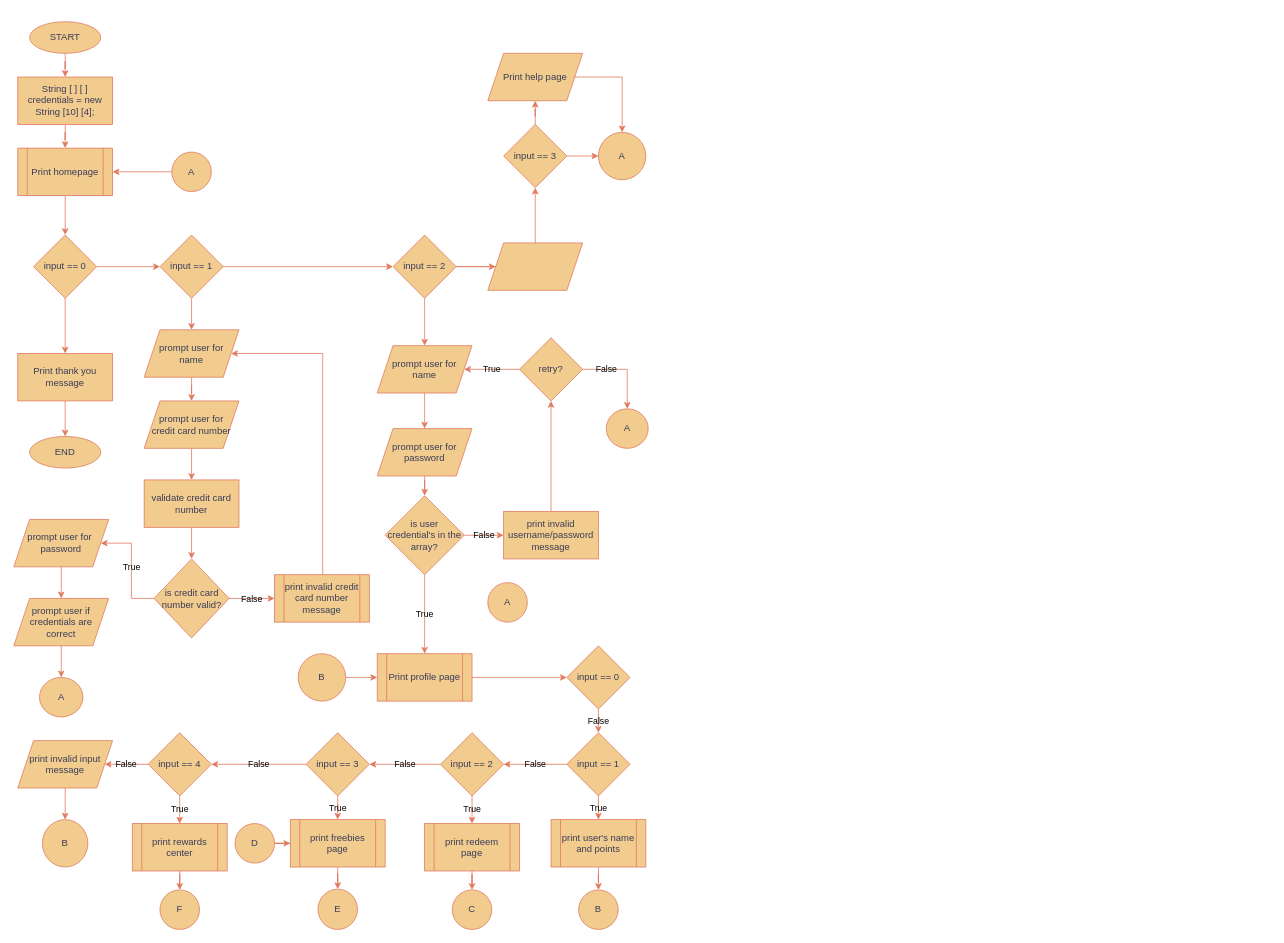
Gooseytwoshoes/Creditcard-Database keeps this draw.io diagram as CreditWise.drawio. Above is the earlier version. Source tidied: cells renumbered, new cells numbered last; positions are measured from the earlier drawing's top-left corner, leaving out a move shared by most shapes. Both pictures are drawn from the tidied source at 79%, with x=0, y=0 at pixel (13, 21).
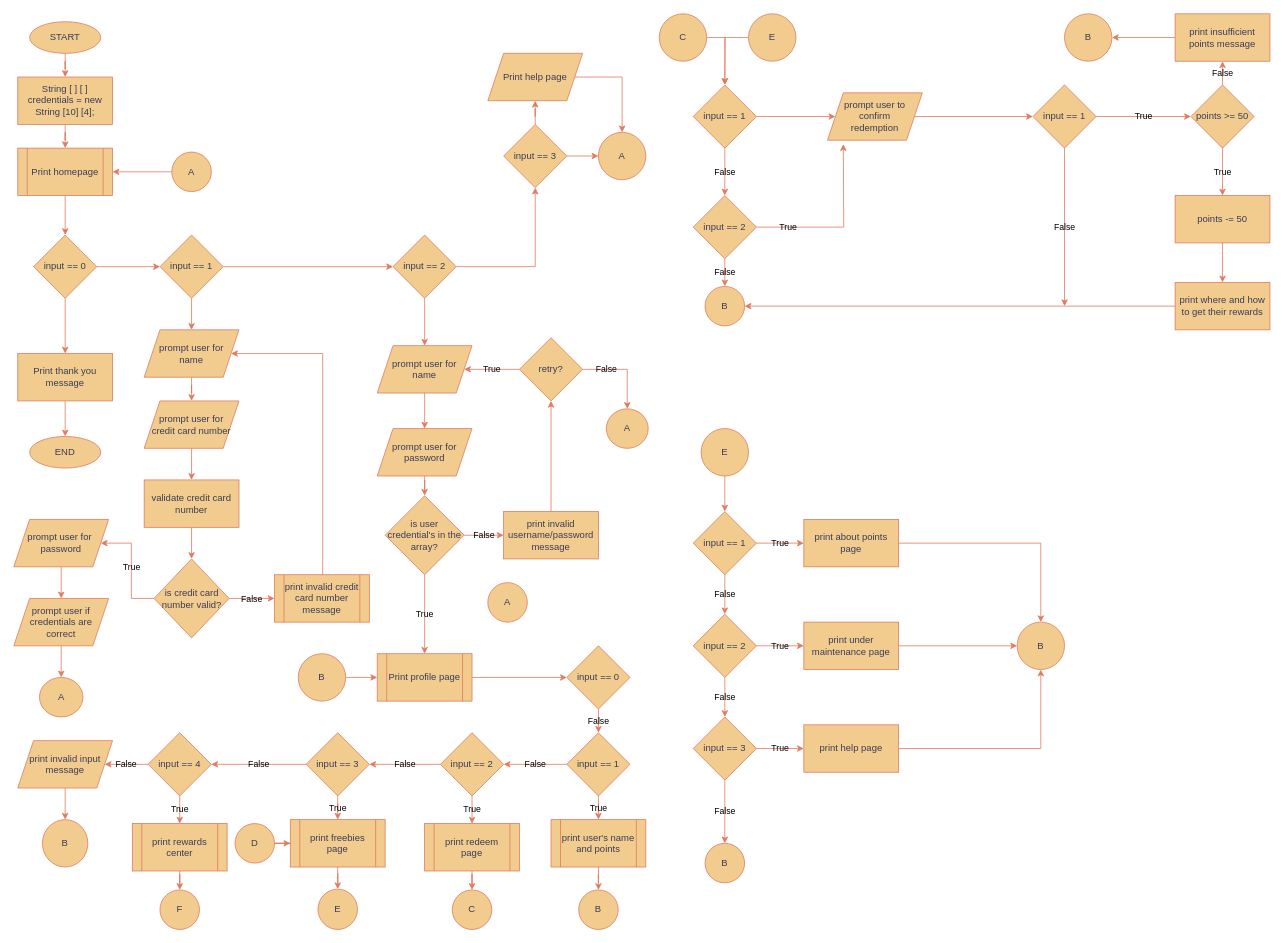
The same diagram, later.

The change refers to these unchanged cells:
```xml
<mxCell id="18" value="input == 2" style="rhombus;whiteSpace=wrap;html=1;rounded=0;labelBackgroundColor=none;fillColor=#F2CC8F;strokeColor=#E07A5F;fontColor=#393C56;" parent="1" vertex="1">
  <mxGeometry x="480" y="270" width="80" height="80" as="geometry" />
</mxCell>
<mxCell id="76" value="print user's name and points" style="shape=process;whiteSpace=wrap;html=1;backgroundOutline=1;rounded=0;labelBackgroundColor=none;fillColor=#F2CC8F;strokeColor=#E07A5F;fontColor=#393C56;" parent="1" vertex="1">
  <mxGeometry x="680" y="1010" width="120" height="60" as="geometry" />
</mxCell>
<mxCell id="78" value="print redeem page" style="shape=process;whiteSpace=wrap;html=1;backgroundOutline=1;rounded=0;labelBackgroundColor=none;fillColor=#F2CC8F;strokeColor=#E07A5F;fontColor=#393C56;" parent="1" vertex="1">
  <mxGeometry x="520" y="1015" width="120" height="60" as="geometry" />
</mxCell>
<mxCell id="80" value="print freebies page" style="shape=process;whiteSpace=wrap;html=1;backgroundOutline=1;rounded=0;labelBackgroundColor=none;fillColor=#F2CC8F;strokeColor=#E07A5F;fontColor=#393C56;" parent="1" vertex="1">
  <mxGeometry x="350" y="1010" width="120" height="60" as="geometry" />
</mxCell>
<mxCell id="85" value="print rewards center" style="shape=process;whiteSpace=wrap;html=1;backgroundOutline=1;rounded=0;labelBackgroundColor=none;fillColor=#F2CC8F;strokeColor=#E07A5F;fontColor=#393C56;" parent="1" vertex="1">
  <mxGeometry x="150" y="1015" width="120" height="60" as="geometry" />
</mxCell>
<mxCell id="91" value="B" style="ellipse;whiteSpace=wrap;html=1;fillColor=#F2CC8F;strokeColor=#E07A5F;fontColor=#393C56;labelBackgroundColor=none;" parent="1" vertex="1">
  <mxGeometry x="715" y="1099" width="50" height="50" as="geometry" />
</mxCell>
<mxCell id="92" value="C" style="ellipse;whiteSpace=wrap;html=1;strokeColor=#E07A5F;fontColor=#393C56;fillColor=#F2CC8F;labelBackgroundColor=none;" parent="1" vertex="1">
  <mxGeometry x="555" y="1099" width="50" height="50" as="geometry" />
</mxCell>
<mxCell id="93" value="E" style="ellipse;whiteSpace=wrap;html=1;fillColor=#F2CC8F;strokeColor=#E07A5F;fontColor=#393C56;rounded=0;labelBackgroundColor=none;" parent="1" vertex="1">
  <mxGeometry x="385" y="1098" width="50" height="51" as="geometry" />
</mxCell>
<mxCell id="94" value="F" style="ellipse;whiteSpace=wrap;html=1;strokeColor=#E07A5F;fontColor=#393C56;fillColor=#F2CC8F;labelBackgroundColor=none;" parent="1" vertex="1">
  <mxGeometry x="185" y="1099" width="50" height="50" as="geometry" />
</mxCell>
```

Change to the diagram source:
```diff
@@
-    <mxCell id="16" style="edgeStyle=orthogonalEdgeStyle;rounded=0;jettySize=auto;html=1;labelBackgroundColor=none;strokeColor=#E07A5F;fontColor=default;" parent="1" edge="1" source="18" target="26">
-      <mxGeometry relative="1" as="geometry" />
-    </mxCell>
@@
-    <mxCell id="26" style="shape=parallelogram;perimeter=parallelogramPerimeter;whiteSpace=wrap;html=1;fixedSize=1;rounded=0;labelBackgroundColor=none;fillColor=#F2CC8F;strokeColor=#E07A5F;fontColor=#393C56;" parent="1" vertex="1">
-      <mxGeometry x="600" y="280" width="120" height="60" as="geometry" />
-    </mxCell>
@@
-    <mxCell id="75" style="edgeStyle=orthogonalEdgeStyle;rounded=0;jettySize=auto;html=1;strokeColor=#E07A5F;fontColor=#393C56;fillColor=#F2CC8F;" parent="1" edge="1" source="76" target="91">
+    <mxCell id="75" style="edgeStyle=orthogonalEdgeStyle;rounded=0;jettySize=auto;html=1;strokeColor=#E07A5F;fontColor=default;fillColor=#F2CC8F;labelBackgroundColor=none;" parent="1" edge="1" source="76" target="91">
       <mxGeometry relative="1" as="geometry" />
     </mxCell>
@@
-    <mxCell id="77" style="edgeStyle=orthogonalEdgeStyle;rounded=0;jettySize=auto;html=1;strokeColor=#E07A5F;fontColor=#393C56;fillColor=#F2CC8F;" parent="1" edge="1" source="78" target="92">
+    <mxCell id="77" style="edgeStyle=orthogonalEdgeStyle;rounded=0;jettySize=auto;html=1;strokeColor=#E07A5F;fontColor=default;fillColor=#F2CC8F;labelBackgroundColor=none;" parent="1" edge="1" source="78" target="92">
       <mxGeometry relative="1" as="geometry" />
     </mxCell>
@@
-    <mxCell id="79" style="edgeStyle=orthogonalEdgeStyle;rounded=0;jettySize=auto;html=1;strokeColor=#E07A5F;fontColor=#393C56;fillColor=#F2CC8F;" parent="1" edge="1" source="80" target="93">
+    <mxCell id="79" style="edgeStyle=orthogonalEdgeStyle;rounded=0;jettySize=auto;html=1;strokeColor=#E07A5F;fontColor=default;fillColor=#F2CC8F;labelBackgroundColor=none;" parent="1" edge="1" source="80" target="93">
       <mxGeometry relative="1" as="geometry" />
     </mxCell>
@@
-    <mxCell id="84" style="edgeStyle=orthogonalEdgeStyle;rounded=0;jettySize=auto;html=1;strokeColor=#E07A5F;fontColor=#393C56;fillColor=#F2CC8F;" parent="1" edge="1" source="85" target="94">
+    <mxCell id="84" style="edgeStyle=orthogonalEdgeStyle;rounded=0;jettySize=auto;html=1;strokeColor=#E07A5F;fontColor=default;fillColor=#F2CC8F;labelBackgroundColor=none;" parent="1" edge="1" source="85" target="94">
       <mxGeometry relative="1" as="geometry" />
     </mxCell>
@@
+    <mxCell id="95" style="edgeStyle=orthogonalEdgeStyle;rounded=0;jettySize=auto;html=1;strokeColor=#E07A5F;fontColor=default;fillColor=#F2CC8F;labelBackgroundColor=none;" parent="1" edge="1" source="96">
+      <mxGeometry relative="1" as="geometry">
+        <mxPoint x="900" y="80" as="targetPoint" />
+      </mxGeometry>
+    </mxCell>
+    <mxCell id="96" value="C" style="ellipse;whiteSpace=wrap;html=1;labelBackgroundColor=none;fillColor=#F2CC8F;strokeColor=#E07A5F;fontColor=#393C56;" parent="1" vertex="1">
+      <mxGeometry x="817" y="-10" width="60" height="60" as="geometry" />
+    </mxCell>
+    <mxCell id="97" value="False" style="edgeStyle=orthogonalEdgeStyle;rounded=0;jettySize=auto;html=1;labelBackgroundColor=none;strokeColor=#E07A5F;fontColor=default;" parent="1" edge="1" source="99" target="102">
+      <mxGeometry relative="1" as="geometry" />
+    </mxCell>
+    <mxCell id="98" style="edgeStyle=orthogonalEdgeStyle;rounded=0;jettySize=auto;html=1;strokeColor=#E07A5F;fontColor=default;fillColor=#F2CC8F;labelBackgroundColor=none;" parent="1" edge="1" source="99" target="105">
+      <mxGeometry relative="1" as="geometry" />
+    </mxCell>
+    <mxCell id="99" value="input == 1" style="rhombus;whiteSpace=wrap;html=1;fillColor=#F2CC8F;strokeColor=#E07A5F;fontColor=#393C56;labelBackgroundColor=none;" parent="1" vertex="1">
+      <mxGeometry x="860" y="80" width="80" height="80" as="geometry" />
+    </mxCell>
+    <mxCell id="100" value="False" style="edgeStyle=orthogonalEdgeStyle;rounded=0;jettySize=auto;html=1;labelBackgroundColor=none;strokeColor=#E07A5F;fontColor=default;" parent="1" edge="1" source="102" target="103">
+      <mxGeometry relative="1" as="geometry" />
+    </mxCell>
+    <mxCell id="101" value="True" style="edgeStyle=orthogonalEdgeStyle;rounded=0;jettySize=auto;html=1;labelBackgroundColor=none;strokeColor=#E07A5F;fontColor=default;" parent="1" edge="1" source="102">
+      <mxGeometry x="-0.63" relative="1" as="geometry">
+        <mxPoint x="1050" y="155" as="targetPoint" />
+      </mxGeometry>
+    </mxCell>
+    <mxCell id="102" value="input == 2" style="rhombus;whiteSpace=wrap;html=1;fillColor=#F2CC8F;strokeColor=#E07A5F;fontColor=#393C56;labelBackgroundColor=none;" parent="1" vertex="1">
+      <mxGeometry x="860" y="220" width="80" height="80" as="geometry" />
+    </mxCell>
+    <mxCell id="103" value="B" style="ellipse;whiteSpace=wrap;html=1;fillColor=#F2CC8F;strokeColor=#E07A5F;fontColor=#393C56;labelBackgroundColor=none;" parent="1" vertex="1">
+      <mxGeometry x="875" y="335" width="50" height="50" as="geometry" />
+    </mxCell>
+    <mxCell id="104" style="edgeStyle=orthogonalEdgeStyle;rounded=0;jettySize=auto;html=1;strokeColor=#E07A5F;fontColor=default;fillColor=#F2CC8F;labelBackgroundColor=none;" parent="1" edge="1" source="105" target="120">
+      <mxGeometry relative="1" as="geometry" />
+    </mxCell>
+    <mxCell id="105" value="prompt user to confirm&lt;br&gt;redemption" style="shape=parallelogram;perimeter=parallelogramPerimeter;whiteSpace=wrap;html=1;fixedSize=1;labelBackgroundColor=none;fillColor=#F2CC8F;strokeColor=#E07A5F;fontColor=#393C56;" parent="1" vertex="1">
+      <mxGeometry x="1030" y="90" width="120" height="60" as="geometry" />
+    </mxCell>
+    <mxCell id="106" value="False" style="edgeStyle=orthogonalEdgeStyle;rounded=0;jettySize=auto;html=1;strokeColor=#E07A5F;fontColor=default;fillColor=#F2CC8F;labelBackgroundColor=none;" parent="1" edge="1" source="108" target="110">
+      <mxGeometry relative="1" as="geometry" />
+    </mxCell>
+    <mxCell id="107" value="True" style="edgeStyle=orthogonalEdgeStyle;rounded=0;jettySize=auto;html=1;strokeColor=#E07A5F;fontColor=default;fillColor=#F2CC8F;labelBackgroundColor=none;" parent="1" edge="1" source="108" target="112">
+      <mxGeometry relative="1" as="geometry" />
+    </mxCell>
+    <mxCell id="108" value="points &amp;gt;= 50" style="rhombus;whiteSpace=wrap;html=1;fillColor=#F2CC8F;strokeColor=#E07A5F;fontColor=#393C56;labelBackgroundColor=none;" parent="1" vertex="1">
+      <mxGeometry x="1490" y="80" width="80" height="80" as="geometry" />
+    </mxCell>
+    <mxCell id="109" style="edgeStyle=orthogonalEdgeStyle;rounded=0;jettySize=auto;html=1;strokeColor=#E07A5F;fontColor=default;fillColor=#F2CC8F;labelBackgroundColor=none;" parent="1" edge="1" source="110" target="113">
+      <mxGeometry relative="1" as="geometry" />
+    </mxCell>
+    <mxCell id="110" value="print insufficient points message" style="whiteSpace=wrap;html=1;fillColor=#F2CC8F;strokeColor=#E07A5F;fontColor=#393C56;labelBackgroundColor=none;" parent="1" vertex="1">
+      <mxGeometry x="1470" y="-10" width="120" height="60" as="geometry" />
+    </mxCell>
+    <mxCell id="111" style="edgeStyle=orthogonalEdgeStyle;rounded=0;jettySize=auto;html=1;strokeColor=#E07A5F;fontColor=default;fillColor=#F2CC8F;labelBackgroundColor=none;" parent="1" edge="1" source="112" target="115">
+      <mxGeometry relative="1" as="geometry" />
+    </mxCell>
+    <mxCell id="112" value="points -= 50" style="whiteSpace=wrap;html=1;fillColor=#F2CC8F;strokeColor=#E07A5F;fontColor=#393C56;labelBackgroundColor=none;" parent="1" vertex="1">
+      <mxGeometry x="1470" y="220" width="120" height="60" as="geometry" />
+    </mxCell>
+    <mxCell id="113" value="B" style="ellipse;whiteSpace=wrap;html=1;fillColor=#F2CC8F;strokeColor=#E07A5F;fontColor=#393C56;labelBackgroundColor=none;" parent="1" vertex="1">
+      <mxGeometry x="1330" y="-10" width="60" height="60" as="geometry" />
+    </mxCell>
+    <mxCell id="114" style="edgeStyle=orthogonalEdgeStyle;rounded=0;jettySize=auto;html=1;strokeColor=#E07A5F;fontColor=default;fillColor=#F2CC8F;labelBackgroundColor=none;" parent="1" edge="1" source="115" target="103">
+      <mxGeometry relative="1" as="geometry" />
+    </mxCell>
+    <mxCell id="115" value="print where and how to get their rewards" style="whiteSpace=wrap;html=1;fillColor=#F2CC8F;strokeColor=#E07A5F;fontColor=#393C56;labelBackgroundColor=none;" parent="1" vertex="1">
+      <mxGeometry x="1470" y="330" width="120" height="60" as="geometry" />
+    </mxCell>
+    <mxCell id="116" style="edgeStyle=orthogonalEdgeStyle;rounded=0;jettySize=auto;html=1;exitX=0;exitY=0.5;exitDx=0;exitDy=0;entryX=0.5;entryY=0;entryDx=0;entryDy=0;strokeColor=#E07A5F;fontColor=default;fillColor=#F2CC8F;labelBackgroundColor=none;" parent="1" edge="1" source="117" target="99">
+      <mxGeometry relative="1" as="geometry" />
+    </mxCell>
+    <mxCell id="117" value="E" style="ellipse;whiteSpace=wrap;html=1;labelBackgroundColor=none;fillColor=#F2CC8F;strokeColor=#E07A5F;fontColor=#393C56;" parent="1" vertex="1">
+      <mxGeometry x="930" y="-10" width="60" height="60" as="geometry" />
+    </mxCell>
+    <mxCell id="118" value="True" style="edgeStyle=orthogonalEdgeStyle;rounded=0;jettySize=auto;html=1;strokeColor=#E07A5F;fontColor=default;fillColor=#F2CC8F;labelBackgroundColor=none;" parent="1" edge="1" source="120" target="108">
+      <mxGeometry relative="1" as="geometry" />
+    </mxCell>
+    <mxCell id="119" value="False" style="edgeStyle=orthogonalEdgeStyle;rounded=0;jettySize=auto;html=1;exitX=0.5;exitY=1;exitDx=0;exitDy=0;strokeColor=#E07A5F;fontColor=default;fillColor=#F2CC8F;labelBackgroundColor=none;" parent="1" edge="1" source="120">
+      <mxGeometry relative="1" as="geometry">
+        <mxPoint x="1330" y="360" as="targetPoint" />
+      </mxGeometry>
+    </mxCell>
+    <mxCell id="120" value="input == 1" style="rhombus;whiteSpace=wrap;html=1;strokeColor=#E07A5F;fontColor=#393C56;fillColor=#F2CC8F;labelBackgroundColor=none;" parent="1" vertex="1">
+      <mxGeometry x="1290" y="80" width="80" height="80" as="geometry" />
+    </mxCell>
+    <mxCell id="121" style="edgeStyle=orthogonalEdgeStyle;rounded=0;jettySize=auto;html=1;labelBackgroundColor=none;strokeColor=#E07A5F;fontColor=default;" parent="1" edge="1" source="122" target="125">
+      <mxGeometry relative="1" as="geometry" />
+    </mxCell>
+    <mxCell id="122" value="E" style="ellipse;whiteSpace=wrap;html=1;labelBackgroundColor=none;fillColor=#F2CC8F;strokeColor=#E07A5F;fontColor=#393C56;" parent="1" vertex="1">
+      <mxGeometry x="870" y="515" width="60" height="60" as="geometry" />
+    </mxCell>
+    <mxCell id="123" value="False" style="edgeStyle=orthogonalEdgeStyle;rounded=0;jettySize=auto;html=1;labelBackgroundColor=none;strokeColor=#E07A5F;fontColor=default;" parent="1" edge="1" source="125" target="128">
+      <mxGeometry relative="1" as="geometry" />
+    </mxCell>
+    <mxCell id="124" value="True" style="edgeStyle=orthogonalEdgeStyle;rounded=0;jettySize=auto;html=1;labelBackgroundColor=none;strokeColor=#E07A5F;fontColor=default;" parent="1" edge="1" source="125" target="134">
+      <mxGeometry relative="1" as="geometry" />
+    </mxCell>
+    <mxCell id="125" value="input == 1" style="rhombus;whiteSpace=wrap;html=1;fillColor=#F2CC8F;strokeColor=#E07A5F;fontColor=#393C56;labelBackgroundColor=none;" parent="1" vertex="1">
+      <mxGeometry x="860" y="620" width="80" height="80" as="geometry" />
+    </mxCell>
+    <mxCell id="126" value="False" style="edgeStyle=orthogonalEdgeStyle;rounded=0;jettySize=auto;html=1;labelBackgroundColor=none;strokeColor=#E07A5F;fontColor=default;" parent="1" edge="1" source="128" target="131">
+      <mxGeometry relative="1" as="geometry" />
+    </mxCell>
+    <mxCell id="127" value="True" style="edgeStyle=orthogonalEdgeStyle;rounded=0;jettySize=auto;html=1;labelBackgroundColor=none;strokeColor=#E07A5F;fontColor=default;" parent="1" edge="1" source="128" target="136">
+      <mxGeometry relative="1" as="geometry" />
+    </mxCell>
+    <mxCell id="128" value="input == 2" style="rhombus;whiteSpace=wrap;html=1;fillColor=#F2CC8F;strokeColor=#E07A5F;fontColor=#393C56;labelBackgroundColor=none;" parent="1" vertex="1">
+      <mxGeometry x="860" y="750" width="80" height="80" as="geometry" />
+    </mxCell>
+    <mxCell id="129" value="False" style="edgeStyle=orthogonalEdgeStyle;rounded=0;jettySize=auto;html=1;labelBackgroundColor=none;strokeColor=#E07A5F;fontColor=default;" parent="1" edge="1" source="131" target="132">
+      <mxGeometry relative="1" as="geometry" />
+    </mxCell>
+    <mxCell id="130" value="True" style="edgeStyle=orthogonalEdgeStyle;rounded=0;jettySize=auto;html=1;labelBackgroundColor=none;strokeColor=#E07A5F;fontColor=default;" parent="1" edge="1" source="131" target="138">
+      <mxGeometry relative="1" as="geometry" />
+    </mxCell>
+    <mxCell id="131" value="input == 3" style="rhombus;whiteSpace=wrap;html=1;fillColor=#F2CC8F;strokeColor=#E07A5F;fontColor=#393C56;labelBackgroundColor=none;" parent="1" vertex="1">
+      <mxGeometry x="860" y="880" width="80" height="80" as="geometry" />
+    </mxCell>
+    <mxCell id="132" value="B" style="ellipse;whiteSpace=wrap;html=1;fillColor=#F2CC8F;strokeColor=#E07A5F;fontColor=#393C56;labelBackgroundColor=none;" parent="1" vertex="1">
+      <mxGeometry x="875" y="1040" width="50" height="50" as="geometry" />
+    </mxCell>
+    <mxCell id="133" style="edgeStyle=orthogonalEdgeStyle;rounded=0;jettySize=auto;html=1;labelBackgroundColor=none;strokeColor=#E07A5F;fontColor=default;" parent="1" edge="1" source="134" target="139">
+      <mxGeometry relative="1" as="geometry" />
+    </mxCell>
+    <mxCell id="134" value="print about points page" style="whiteSpace=wrap;html=1;fillColor=#F2CC8F;strokeColor=#E07A5F;fontColor=#393C56;labelBackgroundColor=none;" parent="1" vertex="1">
+      <mxGeometry x="1000" y="630" width="120" height="60" as="geometry" />
+    </mxCell>
+    <mxCell id="135" style="edgeStyle=orthogonalEdgeStyle;rounded=0;jettySize=auto;html=1;labelBackgroundColor=none;strokeColor=#E07A5F;fontColor=default;" parent="1" edge="1" source="136" target="139">
+      <mxGeometry relative="1" as="geometry" />
+    </mxCell>
+    <mxCell id="136" value="print under maintenance page" style="whiteSpace=wrap;html=1;fillColor=#F2CC8F;strokeColor=#E07A5F;fontColor=#393C56;labelBackgroundColor=none;" parent="1" vertex="1">
+      <mxGeometry x="1000" y="760" width="120" height="60" as="geometry" />
+    </mxCell>
+    <mxCell id="137" style="edgeStyle=orthogonalEdgeStyle;rounded=0;jettySize=auto;html=1;labelBackgroundColor=none;strokeColor=#E07A5F;fontColor=default;" parent="1" edge="1" source="138" target="139">
+      <mxGeometry relative="1" as="geometry" />
+    </mxCell>
+    <mxCell id="138" value="print help page" style="whiteSpace=wrap;html=1;fillColor=#F2CC8F;strokeColor=#E07A5F;fontColor=#393C56;labelBackgroundColor=none;" parent="1" vertex="1">
+      <mxGeometry x="1000" y="890" width="120" height="60" as="geometry" />
+    </mxCell>
+    <mxCell id="139" value="B" style="ellipse;whiteSpace=wrap;html=1;fillColor=#F2CC8F;strokeColor=#E07A5F;fontColor=#393C56;labelBackgroundColor=none;" parent="1" vertex="1">
+      <mxGeometry x="1270" y="760" width="60" height="60" as="geometry" />
+    </mxCell>
```
